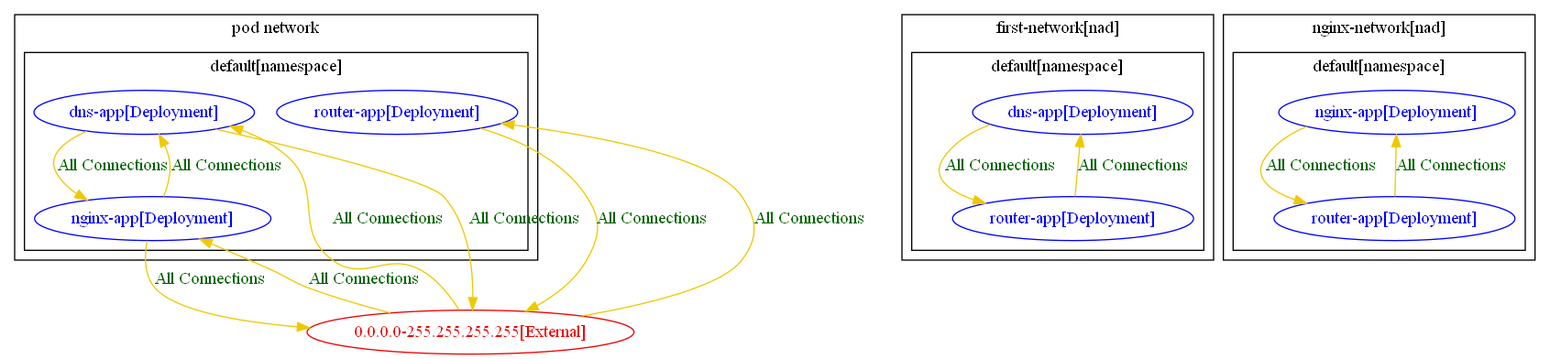
This is test_outputs/connlist/nad_test_1_connlist_output.dot.png from np-guard/netpol-analyzer, a Graphviz export, as it was before one commit. Its source is kept beside it as test_outputs/connlist/nad_test_1_connlist_output.dot.
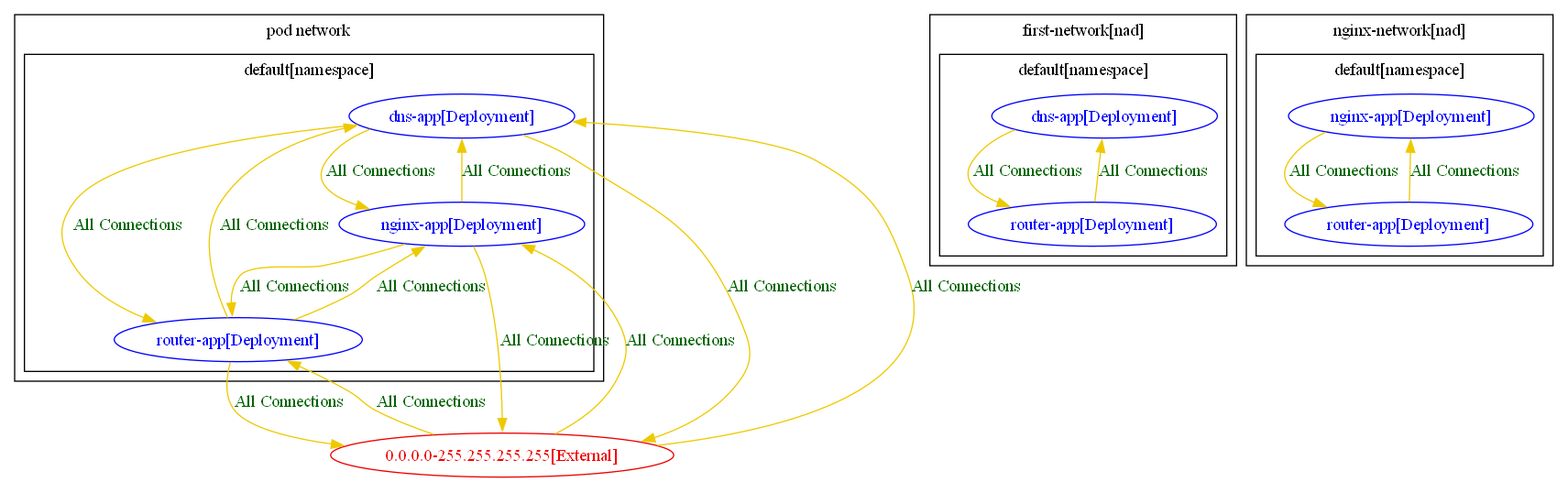
Later version of the same file.

Change to the diagram source:
```diff
@@ -36,11 +36,15 @@
 	"0.0.0.0-255.255.255.255[External]" -> "default/router-app[Deployment]" [label="All Connections" color="gold2" fontcolor="darkgreen" weight=0.5]
 	"default/dns-app[Deployment]" -> "0.0.0.0-255.255.255.255[External]" [label="All Connections" color="gold2" fontcolor="darkgreen" weight=1]
 	"default/dns-app[Deployment]" -> "default/nginx-app[Deployment]" [label="All Connections" color="gold2" fontcolor="darkgreen" weight=0.5]
+	"default/dns-app[Deployment]" -> "default/router-app[Deployment]" [label="All Connections" color="gold2" fontcolor="darkgreen" weight=0.5]
 	"default/dns-app[Deployment]first-network" -> "default/router-app[Deployment]first-network" [label="All Connections" color="gold2" fontcolor="darkgreen" weight=0.5]
 	"default/nginx-app[Deployment]" -> "0.0.0.0-255.255.255.255[External]" [label="All Connections" color="gold2" fontcolor="darkgreen" weight=1]
 	"default/nginx-app[Deployment]" -> "default/dns-app[Deployment]" [label="All Connections" color="gold2" fontcolor="darkgreen" weight=1]
+	"default/nginx-app[Deployment]" -> "default/router-app[Deployment]" [label="All Connections" color="gold2" fontcolor="darkgreen" weight=0.5]
 	"default/nginx-app[Deployment]nginx-network" -> "default/router-app[Deployment]nginx-network" [label="All Connections" color="gold2" fontcolor="darkgreen" weight=0.5]
 	"default/router-app[Deployment]" -> "0.0.0.0-255.255.255.255[External]" [label="All Connections" color="gold2" fontcolor="darkgreen" weight=1]
+	"default/router-app[Deployment]" -> "default/dns-app[Deployment]" [label="All Connections" color="gold2" fontcolor="darkgreen" weight=1]
+	"default/router-app[Deployment]" -> "default/nginx-app[Deployment]" [label="All Connections" color="gold2" fontcolor="darkgreen" weight=1]
 	"default/router-app[Deployment]first-network" -> "default/dns-app[Deployment]first-network" [label="All Connections" color="gold2" fontcolor="darkgreen" weight=1]
 	"default/router-app[Deployment]nginx-network" -> "default/nginx-app[Deployment]nginx-network" [label="All Connections" color="gold2" fontcolor="darkgreen" weight=1]
 }
```
